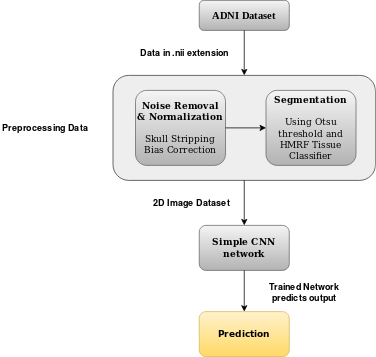
natli-think/Alzheimers_Disease_Detection_Using_Deep_Learning keeps this draw.io diagram as Images/Single_Classifier_Flowchart.png. Above is the earlier version. Source tidied: cells renumbered, new cells last; positions are measured from the earlier drawing's top-left corner, leaving out a move shared by most shapes.
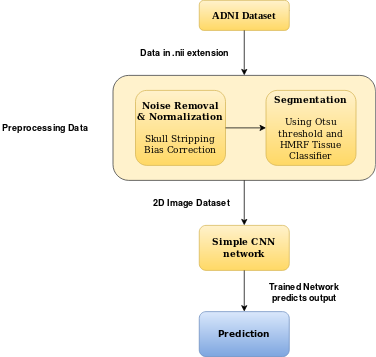
After the commit.

Commit message:
Change font and colour

Diff of the diagram source:
```diff
@@ -2,7 +2,7 @@
   <root>
     <mxCell id="0" />
     <mxCell id="1" parent="0" />
-    <mxCell id="2" style="rounded=1;whiteSpace=wrap;html=1;fillColor=#eeeeee;strokeColor=#36393d;" parent="1" vertex="1">
+    <mxCell id="2" style="rounded=1;whiteSpace=wrap;html=1;strokeColor=#36393d;fillColor=#FFF2CC;" parent="1" vertex="1">
       <mxGeometry x="150" y="100" width="350" height="140" as="geometry" />
     </mxCell>
     <mxCell id="3" style="endArrow=classic;html=1;strokeColor=#000000;fillColor=#000000;" parent="1" edge="1" source="8">
@@ -13,16 +13,16 @@
     <mxCell id="4" value="&lt;div&gt;&lt;font style=&quot;font-size: 12px&quot; face=&quot;Helvetica&quot;&gt;&lt;b&gt;Data in .nii extension&lt;/b&gt;&lt;/font&gt;&lt;/div&gt;" style="text;html=1;align=center;verticalAlign=middle;fillColor=none;strokeColor=none;rounded=0;" parent="1" vertex="1">
       <mxGeometry x="180" y="60" width="130" height="20" as="geometry" />
     </mxCell>
-    <mxCell id="5" value="&lt;div&gt;&lt;font face=&quot;Comic Sans MS&quot;&gt;&lt;b&gt;Noise Removal&lt;/b&gt;&lt;/font&gt;&lt;/div&gt;&lt;div&gt;&lt;font face=&quot;Comic Sans MS&quot;&gt;&lt;b&gt;&amp;amp; Normalization&lt;/b&gt;&lt;/font&gt;&lt;/div&gt;&lt;div&gt;&lt;font face=&quot;Comic Sans MS&quot;&gt;&lt;br&gt;&lt;/font&gt;&lt;/div&gt;&lt;div&gt;&lt;font face=&quot;Comic Sans MS&quot;&gt;Skull Stripping&lt;/font&gt;&lt;/div&gt;&lt;div&gt;&lt;font face=&quot;Comic Sans MS&quot;&gt;Bias Correction&lt;b&gt;&lt;br&gt;&lt;/b&gt;&lt;/font&gt;&lt;/div&gt;" style="rounded=1;whiteSpace=wrap;html=1;fillColor=#f5f5f5;strokeColor=#666666;gradientColor=#b3b3b3;" parent="1" vertex="1">
+    <mxCell id="5" value="&lt;div&gt;&lt;font face=&quot;Comic Sans MS&quot;&gt;&lt;b&gt;Noise Removal&lt;/b&gt;&lt;/font&gt;&lt;/div&gt;&lt;div&gt;&lt;font face=&quot;Comic Sans MS&quot;&gt;&lt;b&gt;&amp;amp; Normalization&lt;/b&gt;&lt;/font&gt;&lt;/div&gt;&lt;div&gt;&lt;font face=&quot;Comic Sans MS&quot;&gt;&lt;br&gt;&lt;/font&gt;&lt;/div&gt;&lt;div&gt;&lt;font face=&quot;Comic Sans MS&quot;&gt;Skull Stripping&lt;/font&gt;&lt;/div&gt;&lt;div&gt;&lt;font face=&quot;Comic Sans MS&quot;&gt;Bias Correction&lt;b&gt;&lt;br&gt;&lt;/b&gt;&lt;/font&gt;&lt;/div&gt;" style="rounded=1;whiteSpace=wrap;html=1;fillColor=#fff2cc;strokeColor=#d6b656;gradientColor=#ffd966;" parent="1" vertex="1">
       <mxGeometry x="180" y="120" width="120" height="100" as="geometry" />
     </mxCell>
-    <mxCell id="6" value="&lt;div&gt;&lt;font face=&quot;Comic Sans MS&quot;&gt;&lt;b&gt;Segmentation &lt;br&gt;&lt;/b&gt;&lt;/font&gt;&lt;/div&gt;&lt;div&gt;&lt;font face=&quot;Comic Sans MS&quot;&gt;&lt;br&gt;&lt;/font&gt;&lt;/div&gt;&lt;div&gt;&lt;font face=&quot;Comic Sans MS&quot;&gt;Using Otsu threshold and HMRF Tissue Classifier&lt;br&gt;&lt;/font&gt;&lt;/div&gt;" style="rounded=1;whiteSpace=wrap;html=1;fillColor=#f5f5f5;strokeColor=#666666;gradientColor=#b3b3b3;" parent="1" vertex="1">
+    <mxCell id="6" value="&lt;div&gt;&lt;font face=&quot;Comic Sans MS&quot;&gt;&lt;b&gt;Segmentation &lt;br&gt;&lt;/b&gt;&lt;/font&gt;&lt;/div&gt;&lt;div&gt;&lt;font face=&quot;Comic Sans MS&quot;&gt;&lt;br&gt;&lt;/font&gt;&lt;/div&gt;&lt;div&gt;&lt;font face=&quot;Comic Sans MS&quot;&gt;Using Otsu threshold and HMRF Tissue Classifier&lt;br&gt;&lt;/font&gt;&lt;/div&gt;" style="rounded=1;whiteSpace=wrap;html=1;fillColor=#fff2cc;strokeColor=#d6b656;gradientColor=#ffd966;" parent="1" vertex="1">
       <mxGeometry x="354" y="120" width="120" height="100" as="geometry" />
     </mxCell>
     <mxCell id="7" style="endArrow=classic;html=1;strokeColor=#000000;fillColor=#000000;entryX=0;entryY=0.5;entryDx=0;entryDy=0;exitX=1;exitY=0.5;exitDx=0;exitDy=0;" parent="1" edge="1" source="5" target="6">
       <mxGeometry relative="1" as="geometry" />
     </mxCell>
-    <mxCell id="8" value="&lt;font style=&quot;font-size: 14px&quot; face=&quot;Times New Roman&quot;&gt;&lt;b&gt;ADNI Dataset&lt;/b&gt;&lt;/font&gt;" style="rounded=1;whiteSpace=wrap;html=1;fontSize=12;glass=0;strokeWidth=1;shadow=0;fillColor=#f5f5f5;fontFamily=Sans Serif;FType=g;strokeColor=#666666;gradientColor=#b3b3b3;" parent="1" vertex="1">
+    <mxCell id="8" value="&lt;font style=&quot;font-size: 14px&quot; face=&quot;Times New Roman&quot;&gt;&lt;b&gt;ADNI Dataset&lt;/b&gt;&lt;/font&gt;" style="rounded=1;whiteSpace=wrap;html=1;fontSize=12;glass=0;strokeWidth=1;shadow=0;fillColor=#fff2cc;fontFamily=Sans Serif;FType=g;strokeColor=#d6b656;gradientColor=#ffd966;" parent="1" vertex="1">
       <mxGeometry x="265" width="120" height="40" as="geometry" />
     </mxCell>
     <mxCell id="9" value="&lt;font face=&quot;Helvetica&quot;&gt;&lt;b&gt;Preprocessing Data &lt;br&gt;&lt;/b&gt;&lt;/font&gt;" style="text;html=1;strokeColor=none;fillColor=none;align=center;verticalAlign=middle;whiteSpace=wrap;rounded=0;" parent="1" vertex="1">
@@ -31,7 +31,7 @@
     <mxCell id="10" style="endArrow=classic;html=1;strokeColor=#000000;fillColor=#000000;exitX=0.5;exitY=1;exitDx=0;exitDy=0;entryX=0.5;entryY=0;entryDx=0;entryDy=0;" parent="1" edge="1" source="8" target="2">
       <mxGeometry relative="1" as="geometry" />
     </mxCell>
-    <mxCell id="11" value="&lt;div&gt;&lt;font face=&quot;Comic Sans MS&quot;&gt;&lt;b&gt;Simple CNN &lt;br&gt;&lt;/b&gt;&lt;/font&gt;&lt;/div&gt;&lt;div&gt;&lt;font face=&quot;Comic Sans MS&quot;&gt;&lt;b&gt;network&lt;/b&gt;&lt;/font&gt;&lt;/div&gt;" style="rounded=1;whiteSpace=wrap;html=1;fillColor=#f5f5f5;gradientColor=#b3b3b3;strokeColor=#666666;" parent="1" vertex="1">
+    <mxCell id="11" value="&lt;div&gt;&lt;font face=&quot;Comic Sans MS&quot;&gt;&lt;b&gt;Simple CNN &lt;br&gt;&lt;/b&gt;&lt;/font&gt;&lt;/div&gt;&lt;div&gt;&lt;font face=&quot;Comic Sans MS&quot;&gt;&lt;b&gt;network&lt;/b&gt;&lt;/font&gt;&lt;/div&gt;" style="rounded=1;whiteSpace=wrap;html=1;fillColor=#fff2cc;gradientColor=#ffd966;strokeColor=#d6b656;" parent="1" vertex="1">
       <mxGeometry x="265" y="300" width="120" height="60" as="geometry" />
     </mxCell>
     <mxCell id="12" style="endArrow=classic;html=1;strokeColor=#000000;fillColor=#000000;exitX=0.5;exitY=1;exitDx=0;exitDy=0;entryX=0.5;entryY=0;entryDx=0;entryDy=0;" parent="1" edge="1" source="2" target="11">
@@ -43,7 +43,7 @@
     <mxCell id="14" style="endArrow=classic;html=1;strokeColor=#000000;fillColor=#000000;" parent="1" edge="1" source="11" target="15">
       <mxGeometry relative="1" as="geometry" />
     </mxCell>
-    <mxCell id="15" value="&lt;font face=&quot;Sans Serif&quot;&gt;&lt;b&gt;Prediction&lt;/b&gt;&lt;/font&gt;" style="rounded=1;whiteSpace=wrap;html=1;fillColor=#fff2cc;gradientColor=#ffd966;strokeColor=#d6b656;" parent="1" vertex="1">
+    <mxCell id="15" value="&lt;font face=&quot;Sans Serif&quot;&gt;&lt;b&gt;Prediction&lt;/b&gt;&lt;/font&gt;" style="rounded=1;whiteSpace=wrap;html=1;fillColor=#dae8fc;gradientColor=#7ea6e0;strokeColor=#6c8ebf;" parent="1" vertex="1">
       <mxGeometry x="265" y="415" width="120" height="60" as="geometry" />
     </mxCell>
     <mxCell id="16" value="&lt;b&gt;Trained Network predicts output &lt;/b&gt;" style="text;html=1;strokeColor=none;fillColor=none;align=center;verticalAlign=middle;whiteSpace=wrap;rounded=0;" parent="1" vertex="1">
```
